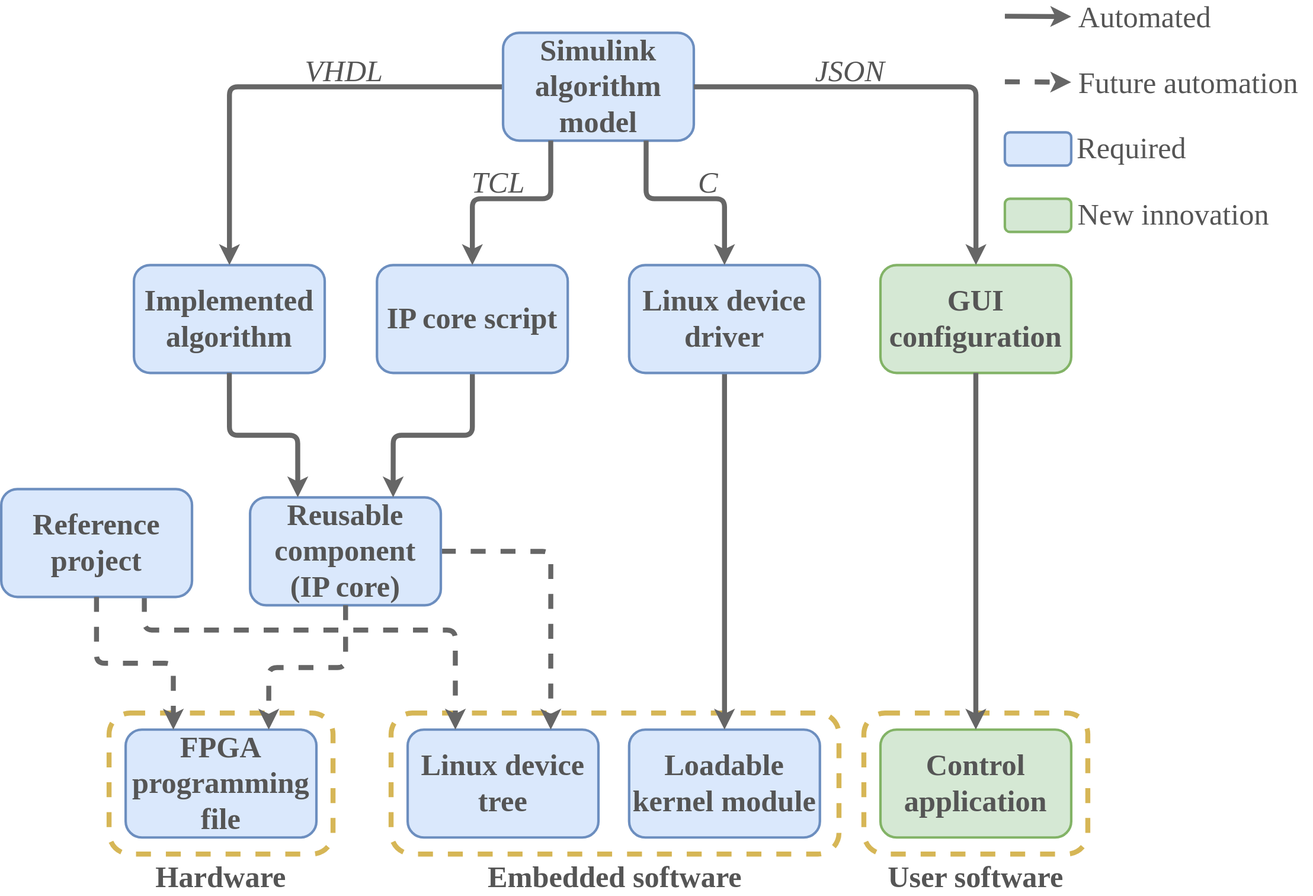
Before: media/autogen/development_flow.svg, a diagram exported from draw.io (fpga-open-speech-tools/fpga-open-speech-tools.github.io). Source tidied: cells renumbered, new cells last; positions are measured from the earlier drawing's top-left corner, leaving out a move shared by most shapes.
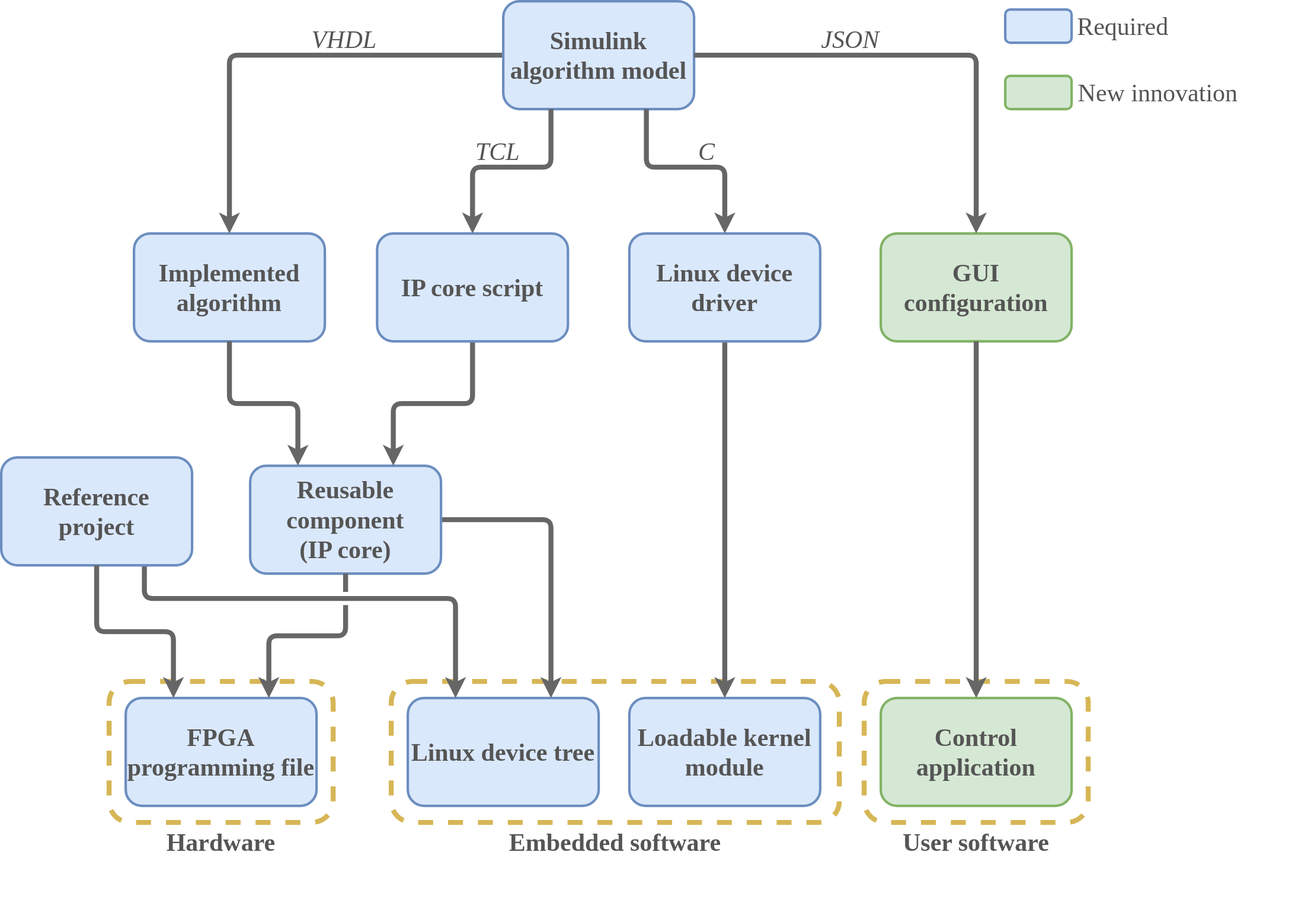
The same diagram one commit later.

What changed in the source:
```diff
@@ -31,7 +31,7 @@
     <mxCell id="10" value="Loadable kernel module" style="rounded=1;whiteSpace=wrap;html=1;fillColor=#dae8fc;strokeColor=#6c8ebf;fontFamily=Source Sans Pro;fontSize=36;fontStyle=1;fontColor=#555555;flipH=1;strokeWidth=3;" parent="1" vertex="1">
       <mxGeometry x="757" y="860" width="230" height="130" as="geometry" />
     </mxCell>
-    <mxCell id="11" style="edgeStyle=orthogonalEdgeStyle;rounded=1;jumpStyle=arc;jettySize=auto;html=1;exitX=0.75;exitY=1;exitDx=0;exitDy=0;entryX=0.25;entryY=0;entryDx=0;entryDy=0;startArrow=none;endArrow=classic;strokeColor=#666666;strokeWidth=6;fontFamily=Source Sans Pro;fontSize=30;fontColor=#555555;dashed=1;fontStyle=0;" parent="1" edge="1" source="12" target="9">
+    <mxCell id="11" style="edgeStyle=orthogonalEdgeStyle;rounded=1;jumpStyle=arc;jettySize=auto;html=1;exitX=0.75;exitY=1;exitDx=0;exitDy=0;entryX=0.25;entryY=0;entryDx=0;entryDy=0;startArrow=none;endArrow=classic;strokeColor=#666666;strokeWidth=6;fontFamily=Source Sans Pro;fontSize=30;fontColor=#555555;fontStyle=0;" parent="1" edge="1" source="12" target="9">
       <mxGeometry relative="1" as="geometry">
         <Array as="points">
           <mxPoint x="173" y="740" />
@@ -42,7 +42,7 @@
     <mxCell id="12" value="&lt;div style=&quot;font-size: 36px;&quot;&gt;Reference &lt;br style=&quot;font-size: 36px;&quot;&gt;&lt;/div&gt;&lt;div style=&quot;font-size: 36px;&quot;&gt;project&lt;br style=&quot;font-size: 36px;&quot;&gt;&lt;/div&gt;" style="rounded=1;whiteSpace=wrap;html=1;fillColor=#dae8fc;strokeColor=#6c8ebf;fontFamily=Source Sans Pro;fontSize=36;fontStyle=1;fontColor=#555555;strokeWidth=3;" parent="1" vertex="1">
       <mxGeometry y="570" width="230" height="130" as="geometry" />
     </mxCell>
-    <mxCell id="13" style="edgeStyle=orthogonalEdgeStyle;rounded=1;jettySize=auto;html=1;exitX=1;exitY=0.5;exitDx=0;exitDy=0;strokeColor=#666666;strokeWidth=6;fontFamily=Source Sans Pro;fontSize=30;fontColor=#555555;entryX=0.75;entryY=0;entryDx=0;entryDy=0;dashed=1;fontStyle=0;" parent="1" edge="1" source="14" target="9">
+    <mxCell id="13" style="edgeStyle=orthogonalEdgeStyle;rounded=1;jettySize=auto;html=1;exitX=1;exitY=0.5;exitDx=0;exitDy=0;strokeColor=#666666;strokeWidth=6;fontFamily=Source Sans Pro;fontSize=30;fontColor=#555555;entryX=0.75;entryY=0;entryDx=0;entryDy=0;fontStyle=0;" parent="1" edge="1" source="14" target="9">
       <mxGeometry relative="1" as="geometry" />
     </mxCell>
     <mxCell id="14" value="&lt;div style=&quot;font-size: 36px;&quot;&gt;&lt;font style=&quot;font-size: 36px;&quot;&gt;Reusable &lt;br style=&quot;font-size: 36px;&quot;&gt;&lt;/font&gt;&lt;/div&gt;&lt;div style=&quot;font-size: 36px;&quot;&gt;&lt;font style=&quot;font-size: 36px;&quot;&gt;component&lt;/font&gt;&lt;/div&gt;&lt;div style=&quot;font-size: 36px;&quot;&gt;&lt;font style=&quot;font-size: 36px;&quot;&gt;(IP core)&lt;br style=&quot;font-size: 36px;&quot;&gt;&lt;/font&gt;&lt;/div&gt;" style="rounded=1;whiteSpace=wrap;html=1;fillColor=#dae8fc;strokeColor=#6c8ebf;fontFamily=Source Sans Pro;fontSize=36;fontStyle=1;fontColor=#555555;strokeWidth=3;" parent="1" vertex="1">
@@ -73,10 +73,10 @@
     <mxCell id="20" value="FPGA programming file" style="rounded=1;whiteSpace=wrap;html=1;fillColor=#dae8fc;strokeColor=#6c8ebf;fontFamily=Source Sans Pro;fontSize=36;fontStyle=1;fontColor=#555555;flipH=0;strokeWidth=3;" parent="1" vertex="1">
       <mxGeometry x="150" y="860" width="230" height="130" as="geometry" />
     </mxCell>
-    <mxCell id="21" style="edgeStyle=orthogonalEdgeStyle;rounded=1;jettySize=auto;html=1;entryX=0.25;entryY=0;entryDx=0;entryDy=0;strokeColor=#666666;strokeWidth=6;fontFamily=Source Sans Pro;fontSize=30;fontColor=#555555;fontStyle=0;dashed=1;" parent="1" edge="1" source="12" target="20">
+    <mxCell id="21" style="edgeStyle=orthogonalEdgeStyle;rounded=1;jettySize=auto;html=1;entryX=0.25;entryY=0;entryDx=0;entryDy=0;strokeColor=#666666;strokeWidth=6;fontFamily=Source Sans Pro;fontSize=30;fontColor=#555555;fontStyle=0;" parent="1" edge="1" source="12" target="20">
       <mxGeometry relative="1" as="geometry" />
     </mxCell>
-    <mxCell id="22" style="edgeStyle=orthogonalEdgeStyle;rounded=1;jettySize=auto;html=1;entryX=0.75;entryY=0;entryDx=0;entryDy=0;strokeColor=#666666;strokeWidth=6;fontFamily=Source Sans Pro;fontSize=30;fontColor=#555555;jumpStyle=gap;fontStyle=0;dashed=1;" parent="1" edge="1" source="14" target="20">
+    <mxCell id="22" style="edgeStyle=orthogonalEdgeStyle;rounded=1;jettySize=auto;html=1;entryX=0.75;entryY=0;entryDx=0;entryDy=0;strokeColor=#666666;strokeWidth=6;fontFamily=Source Sans Pro;fontSize=30;fontColor=#555555;jumpStyle=gap;fontStyle=0;" parent="1" edge="1" source="14" target="20">
       <mxGeometry relative="1" as="geometry" />
     </mxCell>
     <mxCell id="23" value="GUI configuration" style="rounded=1;whiteSpace=wrap;html=1;fillColor=#d5e8d4;strokeColor=#82b366;fontFamily=Source Sans Pro;fontSize=36;fontStyle=1;flipH=0;strokeWidth=3;fontColor=#555555;" parent="1" vertex="1">
@@ -116,35 +116,13 @@
       </mxGeometry>
     </mxCell>
     <mxCell id="32" value="Required" style="rounded=1;whiteSpace=wrap;html=1;labelBackgroundColor=none;strokeWidth=3;fontFamily=Source Sans Pro;fontSize=36;fillColor=#dae8fc;strokeColor=#6c8ebf;align=left;spacingRight=0;spacingLeft=85;fontColor=#555555;fontStyle=0;" parent="1" vertex="1">
-      <mxGeometry x="1210" y="140" width="80" height="40" as="geometry" />
+      <mxGeometry x="1210" y="30" width="80" height="40" as="geometry" />
     </mxCell>
     <mxCell id="33" value="New innovation" style="rounded=1;html=1;labelBackgroundColor=none;strokeWidth=3;fontFamily=Source Sans Pro;fontSize=36;fillColor=#d5e8d4;strokeColor=#82b366;spacingLeft=86;align=left;fontColor=#555555;fontStyle=0;" parent="1" vertex="1">
-      <mxGeometry x="1210" y="220" width="80" height="40" as="geometry" />
+      <mxGeometry x="1210" y="110" width="80" height="40" as="geometry" />
     </mxCell>
     <mxCell id="34" style="group;fontStyle=0;fontColor=#555555;" parent="1" vertex="1">
       <mxGeometry x="1201.5" y="146" width="80" height="0.5" as="geometry" />
     </mxCell>
-    <mxCell id="35" style="endArrow=classic;html=1;strokeColor=#666666;strokeWidth=6;fontSize=30;fontColor=#555555;startArrow=none;dashed=1;fontStyle=0;fontFamily=Source Sans Pro;" parent="1" edge="1">
-      <mxGeometry relative="1" as="geometry">
-        <mxPoint x="1210" y="79" as="sourcePoint" />
-        <mxPoint x="1290" y="79.5" as="targetPoint" />
-      </mxGeometry>
-    </mxCell>
-    <mxCell id="36" value="Future automation" style="text;html=1;align=left;verticalAlign=middle;labelBackgroundColor=none;fontSize=36;fontColor=#555555;fontFamily=Source Sans Pro;fontStyle=0;" parent="35" vertex="1">
-      <mxGeometry x="0.44" y="-7" relative="1" as="geometry">
-        <mxPoint x="30" y="-7" as="offset" />
-      </mxGeometry>
-    </mxCell>
-    <mxCell id="37" style="endArrow=classic;html=1;strokeColor=#666666;strokeWidth=6;fontSize=30;fontColor=#555555;startArrow=none;fontStyle=0;fontFamily=Source Sans Pro;" parent="1" edge="1">
-      <mxGeometry relative="1" as="geometry">
-        <mxPoint x="1210" as="sourcePoint" />
-        <mxPoint x="1290" y="0.5" as="targetPoint" />
-      </mxGeometry>
-    </mxCell>
-    <mxCell id="38" value="Automated" style="text;html=1;align=left;verticalAlign=middle;labelBackgroundColor=none;fontSize=36;fontColor=#555555;fontFamily=Source Sans Pro;fontStyle=0;" parent="37" vertex="1">
-      <mxGeometry x="0.44" y="-7" relative="1" as="geometry">
-        <mxPoint x="30" y="-7" as="offset" />
-      </mxGeometry>
-    </mxCell>
   </root>
 </mxGraphModel>
```
